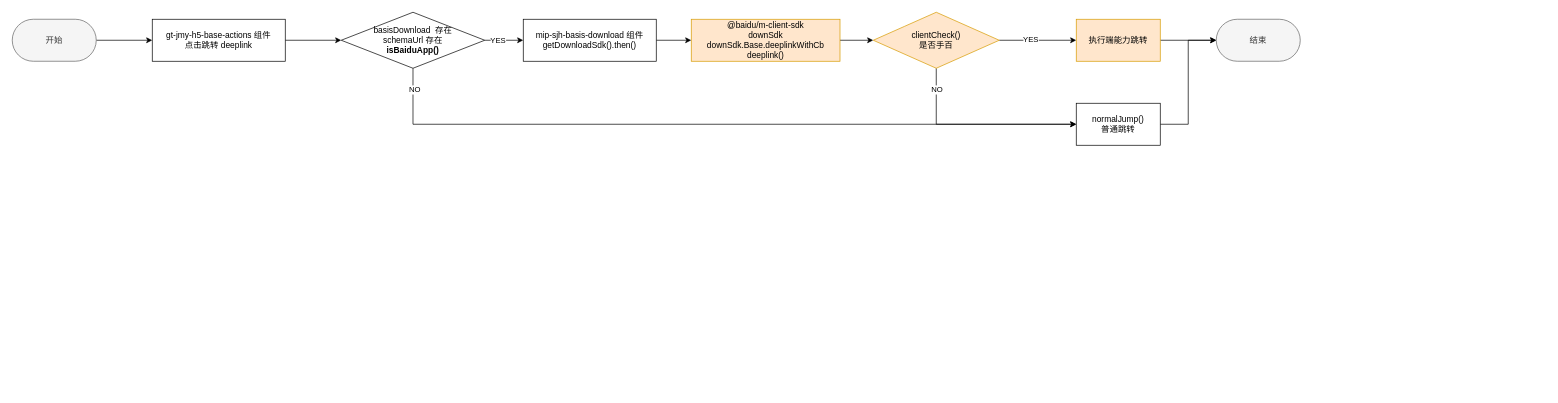
The draw.io diagram 基木鱼调起支持好看、贴吧等流量.drawio in qqqqqcy/processon, before the edit. Source tidied: cells renumbered, new cells numbered last; positions are measured from the earlier drawing's top-left corner, leaving out a move shared by most shapes. Both pictures are drawn from the tidied source at 70%, with x=0, y=0 at pixel (12, 12).
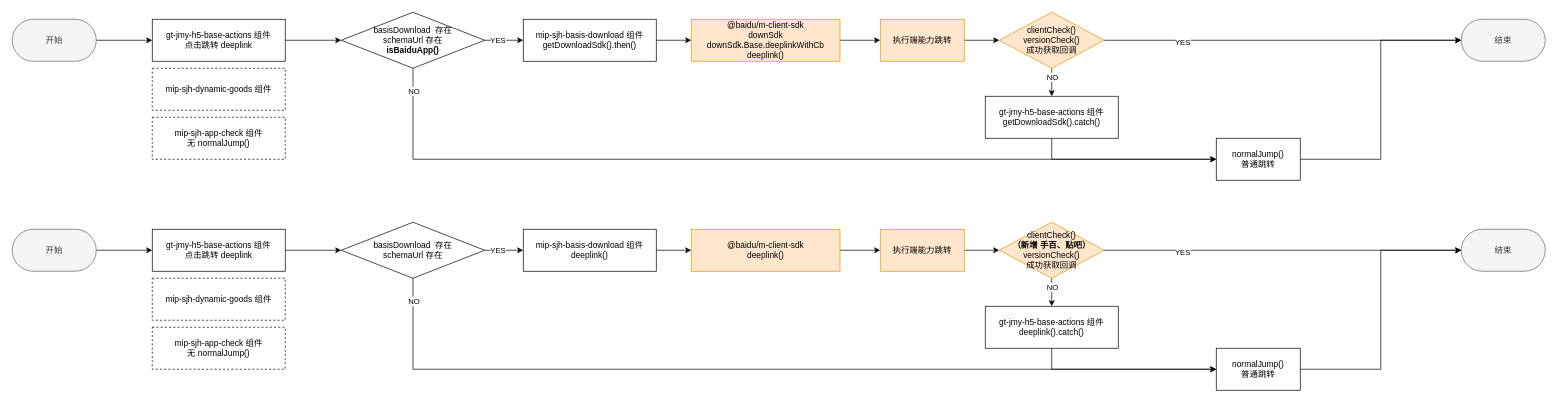
The same page after the edit.

Commit message (it also covers changes not shown here):
更新基木鱼调起支持好看、贴吧等流量.drawio

Unchanged cells that the change refers to:
```xml
<mxCell id="10" value="basisDownload&amp;nbsp; 存在&lt;br&gt;schemaUrl 存在&lt;br&gt;&lt;b&gt;isBaiduApp()&lt;/b&gt;" style="rhombus;whiteSpace=wrap;html=1;rounded=1;arcSize=0;" parent="1" vertex="1">
  <mxGeometry x="470" width="205" height="80" as="geometry" />
</mxCell>
<mxCell id="12" value="@baidu/m-client-sdk&lt;br&gt;downSdk&lt;br&gt;downSdk.Base.deeplinkWithCb&lt;br&gt;deeplink()" style="whiteSpace=wrap;html=1;rounded=1;arcSize=0;fillColor=#ffe6cc;strokeColor=#d79b00;" parent="1" vertex="1">
  <mxGeometry x="970" y="10" width="212.5" height="60" as="geometry" />
</mxCell>
```

The edit, as a diff of the source:
```diff
@@
     <mxCell id="8" style="edgeStyle=orthogonalEdgeStyle;rounded=0;jettySize=auto;html=1;" parent="1" edge="1" source="10" target="24">
       <mxGeometry relative="1" as="geometry">
         <Array as="points">
-          <mxPoint x="573" y="160" />
+          <mxPoint x="572" y="210" />
         </Array>
       </mxGeometry>
     </mxCell>
-    <mxCell id="9" value="NO" style="edgeLabel;html=1;align=center;verticalAlign=middle;" parent="8" vertex="1">
-      <mxGeometry x="-0.2" relative="1" as="geometry">
-        <mxPoint x="-329" y="-50" as="offset" />
-      </mxGeometry>
-    </mxCell>
+    <mxCell id="25" value="NO" style="edgeLabel;html=1;align=center;verticalAlign=middle;" parent="8" vertex="1">
+      <mxGeometry x="-0.95" y="1" relative="1" as="geometry" />
+    </mxCell>
@@
-    <mxCell id="11" style="edgeStyle=orthogonalEdgeStyle;rounded=0;jettySize=auto;html=1;" parent="1" edge="1" source="12" target="19">
+    <mxCell id="11" style="edgeStyle=orthogonalEdgeStyle;rounded=0;jettySize=auto;html=1;entryX=0;entryY=0.5;entryDx=0;entryDy=0;" parent="1" edge="1" source="12" target="21">
       <mxGeometry relative="1" as="geometry" />
     </mxCell>
@@
-    <mxCell id="15" style="edgeStyle=orthogonalEdgeStyle;rounded=0;jettySize=auto;html=1;" parent="1" edge="1" source="19" target="21">
-      <mxGeometry relative="1" as="geometry" />
-    </mxCell>
-    <mxCell id="16" value="YES" style="edgeLabel;html=1;align=center;verticalAlign=middle;" parent="15" vertex="1">
-      <mxGeometry x="-0.2" y="2" relative="1" as="geometry" />
-    </mxCell>
-    <mxCell id="17" style="edgeStyle=orthogonalEdgeStyle;rounded=0;jettySize=auto;html=1;entryX=0;entryY=0.5;entryDx=0;entryDy=0;" parent="1" edge="1" source="19" target="24">
-      <mxGeometry relative="1" as="geometry">
-        <Array as="points">
-          <mxPoint x="1320" y="160" />
-        </Array>
-      </mxGeometry>
-    </mxCell>
-    <mxCell id="18" value="NO" style="edgeLabel;html=1;align=center;verticalAlign=middle;" parent="17" vertex="1">
-      <mxGeometry x="-0.69" y="3" relative="1" as="geometry">
-        <mxPoint x="-3" y="-13" as="offset" />
-      </mxGeometry>
-    </mxCell>
-    <mxCell id="19" value="clientCheck()&lt;br&gt;是否手百" style="rhombus;whiteSpace=wrap;html=1;fillColor=#ffe6cc;strokeColor=#d79b00;rounded=1;arcSize=0;" parent="1" vertex="1">
-      <mxGeometry x="1230" width="180" height="80" as="geometry" />
-    </mxCell>
-    <mxCell id="20" style="edgeStyle=orthogonalEdgeStyle;rounded=0;jettySize=auto;html=1;" parent="1" edge="1" source="21" target="22">
-      <mxGeometry relative="1" as="geometry" />
-    </mxCell>
+    <mxCell id="26" style="edgeStyle=orthogonalEdgeStyle;rounded=0;jettySize=auto;html=1;" parent="1" edge="1" source="21" target="31">
+      <mxGeometry relative="1" as="geometry" />
+    </mxCell>
     <mxCell id="21" value="执行端能力跳转" style="whiteSpace=wrap;html=1;fillColor=#ffe6cc;strokeColor=#d79b00;rounded=1;arcSize=0;" parent="1" vertex="1">
-      <mxGeometry x="1520" y="10" width="120" height="60" as="geometry" />
+      <mxGeometry x="1240" y="10" width="120" height="60" as="geometry" />
     </mxCell>
     <mxCell id="22" value="结束" style="whiteSpace=wrap;html=1;fillColor=#f5f5f5;strokeColor=#666666;rounded=1;arcSize=50;fontColor=#333333;" parent="1" vertex="1">
-      <mxGeometry x="1720" y="10" width="120" height="60" as="geometry" />
+      <mxGeometry x="2070" y="10" width="120" height="60" as="geometry" />
     </mxCell>
@@
     <mxCell id="24" value="normalJump()&lt;br&gt;普通跳转" style="whiteSpace=wrap;html=1;rounded=1;arcSize=0;" parent="1" vertex="1">
-      <mxGeometry x="1520" y="130" width="120" height="60" as="geometry" />
+      <mxGeometry x="1720" y="180" width="120" height="60" as="geometry" />
     </mxCell>
+    <mxCell id="27" style="edgeStyle=orthogonalEdgeStyle;rounded=0;jettySize=auto;html=1;entryX=0;entryY=0.5;entryDx=0;entryDy=0;" parent="1" edge="1" source="31" target="22">
+      <mxGeometry relative="1" as="geometry" />
+    </mxCell>
+    <mxCell id="28" value="YES" style="edgeLabel;html=1;align=center;verticalAlign=middle;" parent="27" vertex="1">
+      <mxGeometry x="-0.56" y="-2" relative="1" as="geometry">
+        <mxPoint x="-1" as="offset" />
+      </mxGeometry>
+    </mxCell>
+    <mxCell id="29" style="edgeStyle=orthogonalEdgeStyle;rounded=0;jettySize=auto;html=1;" parent="1" edge="1" source="31" target="33">
+      <mxGeometry relative="1" as="geometry" />
+    </mxCell>
+    <mxCell id="30" value="NO" style="edgeLabel;html=1;align=center;verticalAlign=middle;" parent="29" vertex="1">
+      <mxGeometry x="-0.42" y="1" relative="1" as="geometry">
+        <mxPoint x="-1" as="offset" />
+      </mxGeometry>
+    </mxCell>
+    <mxCell id="31" value="&lt;span&gt;clientCheck()&lt;br&gt;&lt;/span&gt;versionCheck()&lt;span&gt;&lt;br&gt;&lt;/span&gt;成功获取回调" style="rhombus;whiteSpace=wrap;html=1;fillColor=#ffe6cc;strokeColor=#d79b00;rounded=1;arcSize=0;" parent="1" vertex="1">
+      <mxGeometry x="1410" width="150" height="80" as="geometry" />
+    </mxCell>
+    <mxCell id="32" style="edgeStyle=orthogonalEdgeStyle;rounded=0;jettySize=auto;html=1;entryX=0;entryY=0.5;entryDx=0;entryDy=0;" parent="1" edge="1" source="33" target="24">
+      <mxGeometry relative="1" as="geometry">
+        <Array as="points">
+          <mxPoint x="1485" y="210" />
+        </Array>
+      </mxGeometry>
+    </mxCell>
+    <mxCell id="33" value="gt-jmy-h5-base-actions&amp;nbsp;组件&lt;br&gt;getDownloadSdk().catch()" style="rounded=1;whiteSpace=wrap;html=1;arcSize=0;" parent="1" vertex="1">
+      <mxGeometry x="1390" y="120" width="190" height="60" as="geometry" />
+    </mxCell>
+    <mxCell id="34" style="edgeStyle=orthogonalEdgeStyle;rounded=0;jettySize=auto;html=1;" parent="1" edge="1" source="35" target="37">
+      <mxGeometry relative="1" as="geometry" />
+    </mxCell>
+    <mxCell id="35" value="开始" style="rounded=1;whiteSpace=wrap;html=1;arcSize=50;fillColor=#f5f5f5;fontColor=#333333;strokeColor=#666666;" parent="1" vertex="1">
+      <mxGeometry y="310" width="120" height="60" as="geometry" />
+    </mxCell>
+    <mxCell id="36" style="edgeStyle=orthogonalEdgeStyle;rounded=0;jettySize=auto;html=1;" parent="1" edge="1" source="37" target="42">
+      <mxGeometry relative="1" as="geometry" />
+    </mxCell>
+    <mxCell id="37" value="gt-jmy-h5-base-actions 组件&lt;br&gt;点击跳转 deeplink" style="rounded=1;whiteSpace=wrap;html=1;arcSize=0;" parent="1" vertex="1">
+      <mxGeometry x="200" y="310" width="190" height="60" as="geometry" />
+    </mxCell>
+    <mxCell id="38" style="edgeStyle=orthogonalEdgeStyle;rounded=0;jettySize=auto;html=1;" parent="1" edge="1" source="42" target="46">
+      <mxGeometry relative="1" as="geometry" />
+    </mxCell>
+    <mxCell id="39" value="YES" style="edgeLabel;html=1;align=center;verticalAlign=middle;" parent="38" vertex="1">
+      <mxGeometry x="-0.33" y="1" relative="1" as="geometry" />
+    </mxCell>
+    <mxCell id="40" style="edgeStyle=orthogonalEdgeStyle;rounded=0;jettySize=auto;html=1;" parent="1" edge="1" source="42" target="51">
+      <mxGeometry relative="1" as="geometry">
+        <Array as="points">
+          <mxPoint x="572" y="510" />
+        </Array>
+      </mxGeometry>
+    </mxCell>
+    <mxCell id="41" value="NO" style="edgeLabel;html=1;align=center;verticalAlign=middle;" parent="40" vertex="1">
+      <mxGeometry x="-0.95" y="1" relative="1" as="geometry" />
+    </mxCell>
+    <mxCell id="42" value="basisDownload&amp;nbsp; 存在&lt;br&gt;schemaUrl 存在" style="rhombus;whiteSpace=wrap;html=1;rounded=1;arcSize=0;" parent="1" vertex="1">
+      <mxGeometry x="470" y="300" width="205" height="80" as="geometry" />
+    </mxCell>
+    <mxCell id="43" style="edgeStyle=orthogonalEdgeStyle;rounded=0;jettySize=auto;html=1;entryX=0;entryY=0.5;entryDx=0;entryDy=0;" parent="1" edge="1" source="44" target="48">
+      <mxGeometry relative="1" as="geometry" />
+    </mxCell>
+    <mxCell id="44" value="@baidu/m-client-sdk&lt;br&gt;deeplink()" style="whiteSpace=wrap;html=1;rounded=1;arcSize=0;fillColor=#ffe6cc;strokeColor=#d79b00;" parent="1" vertex="1">
+      <mxGeometry x="970" y="310" width="212.5" height="60" as="geometry" />
+    </mxCell>
+    <mxCell id="45" style="edgeStyle=orthogonalEdgeStyle;rounded=0;jettySize=auto;html=1;" parent="1" edge="1" source="46" target="44">
+      <mxGeometry relative="1" as="geometry" />
+    </mxCell>
+    <mxCell id="46" value="mip-sjh-basis-download&amp;nbsp;组件&lt;br&gt;deeplink()" style="rounded=1;whiteSpace=wrap;html=1;arcSize=0;" parent="1" vertex="1">
+      <mxGeometry x="730" y="310" width="190" height="60" as="geometry" />
+    </mxCell>
+    <mxCell id="47" style="edgeStyle=orthogonalEdgeStyle;rounded=0;jettySize=auto;html=1;" parent="1" edge="1" source="48" target="56">
+      <mxGeometry relative="1" as="geometry" />
+    </mxCell>
+    <mxCell id="48" value="执行端能力跳转" style="whiteSpace=wrap;html=1;fillColor=#ffe6cc;strokeColor=#d79b00;rounded=1;arcSize=0;" parent="1" vertex="1">
+      <mxGeometry x="1240" y="310" width="120" height="60" as="geometry" />
+    </mxCell>
+    <mxCell id="49" value="结束" style="whiteSpace=wrap;html=1;fillColor=#f5f5f5;strokeColor=#666666;rounded=1;arcSize=50;fontColor=#333333;" parent="1" vertex="1">
+      <mxGeometry x="2070" y="310" width="120" height="60" as="geometry" />
+    </mxCell>
+    <mxCell id="50" style="edgeStyle=orthogonalEdgeStyle;rounded=0;jettySize=auto;html=1;entryX=0;entryY=0.5;entryDx=0;entryDy=0;" parent="1" edge="1" source="51" target="49">
+      <mxGeometry relative="1" as="geometry" />
+    </mxCell>
+    <mxCell id="51" value="normalJump()&lt;br&gt;普通跳转" style="whiteSpace=wrap;html=1;rounded=1;arcSize=0;" parent="1" vertex="1">
+      <mxGeometry x="1720" y="480" width="120" height="60" as="geometry" />
+    </mxCell>
+    <mxCell id="52" style="edgeStyle=orthogonalEdgeStyle;rounded=0;jettySize=auto;html=1;entryX=0;entryY=0.5;entryDx=0;entryDy=0;" parent="1" edge="1" source="56" target="49">
+      <mxGeometry relative="1" as="geometry" />
+    </mxCell>
+    <mxCell id="53" value="YES" style="edgeLabel;html=1;align=center;verticalAlign=middle;" parent="52" vertex="1">
+      <mxGeometry x="-0.56" y="-2" relative="1" as="geometry">
+        <mxPoint x="-1" as="offset" />
+      </mxGeometry>
+    </mxCell>
+    <mxCell id="54" style="edgeStyle=orthogonalEdgeStyle;rounded=0;jettySize=auto;html=1;" parent="1" edge="1" source="56" target="58">
+      <mxGeometry relative="1" as="geometry" />
+    </mxCell>
+    <mxCell id="55" value="NO" style="edgeLabel;html=1;align=center;verticalAlign=middle;" parent="54" vertex="1">
+      <mxGeometry x="-0.42" y="1" relative="1" as="geometry">
+        <mxPoint x="-1" as="offset" />
+      </mxGeometry>
+    </mxCell>
+    <mxCell id="56" value="&lt;span&gt;clientCheck()&lt;br&gt;&lt;b&gt;（新增 手百、贴吧）&lt;br&gt;&lt;/b&gt;&lt;/span&gt;versionCheck()&lt;span&gt;&lt;br&gt;&lt;/span&gt;成功获取回调" style="rhombus;whiteSpace=wrap;html=1;fillColor=#ffe6cc;strokeColor=#d79b00;rounded=1;arcSize=0;" parent="1" vertex="1">
+      <mxGeometry x="1410" y="300" width="150" height="80" as="geometry" />
+    </mxCell>
+    <mxCell id="57" style="edgeStyle=orthogonalEdgeStyle;rounded=0;jettySize=auto;html=1;entryX=0;entryY=0.5;entryDx=0;entryDy=0;" parent="1" edge="1" source="58" target="51">
+      <mxGeometry relative="1" as="geometry">
+        <Array as="points">
+          <mxPoint x="1485" y="510" />
+        </Array>
+      </mxGeometry>
+    </mxCell>
+    <mxCell id="58" value="gt-jmy-h5-base-actions&amp;nbsp;组件&lt;br&gt;deeplink().catch()" style="rounded=1;whiteSpace=wrap;html=1;arcSize=0;" parent="1" vertex="1">
+      <mxGeometry x="1390" y="420" width="190" height="60" as="geometry" />
+    </mxCell>
+    <mxCell id="59" value="mip-sjh-dynamic-goods 组件" style="whiteSpace=wrap;html=1;dashed=1;" parent="1" vertex="1">
+      <mxGeometry x="200" y="80" width="190" height="60" as="geometry" />
+    </mxCell>
+    <mxCell id="60" value="mip-sjh-app-check 组件&lt;br&gt;无 normalJump()" style="whiteSpace=wrap;html=1;dashed=1;" parent="1" vertex="1">
+      <mxGeometry x="200" y="150" width="190" height="60" as="geometry" />
+    </mxCell>
+    <mxCell id="61" value="mip-sjh-dynamic-goods 组件" style="whiteSpace=wrap;html=1;dashed=1;" parent="1" vertex="1">
+      <mxGeometry x="200" y="380" width="190" height="60" as="geometry" />
+    </mxCell>
+    <mxCell id="62" value="mip-sjh-app-check 组件&lt;br&gt;无 normalJump()" style="whiteSpace=wrap;html=1;dashed=1;" parent="1" vertex="1">
+      <mxGeometry x="200" y="450" width="190" height="60" as="geometry" />
+    </mxCell>
```
